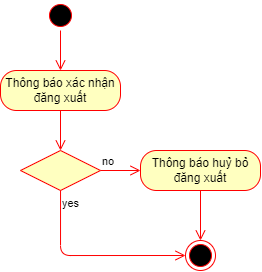
This is DA_II/drawio/activity/logout.png from toroieno/HUST, a draw.io export, as it was before one commit. Source tidied: cells renumbered, new cells last; positions are measured from the earlier drawing's top-left corner, leaving out a move shared by most shapes. The source it was exported from:
```xml
<mxGraphModel>
  <root>
    <mxCell id="0" />
    <mxCell id="1" parent="0" />
    <mxCell id="2" style="ellipse;html=1;shape=startState;fillColor=#000000;strokeColor=#ff0000;" parent="1" vertex="1">
      <mxGeometry x="45" width="30" height="30" as="geometry" />
    </mxCell>
    <mxCell id="3" style="edgeStyle=orthogonalEdgeStyle;html=1;verticalAlign=bottom;endArrow=open;endSize=8;strokeColor=#ff0000;entryX=0.5;entryY=0;entryDx=0;entryDy=0;" parent="1" edge="1" source="2" target="4">
      <mxGeometry relative="1" as="geometry" />
    </mxCell>
    <mxCell id="4" value="Thông báo xác nhận đăng xuất" style="rounded=1;whiteSpace=wrap;html=1;arcSize=40;fontColor=#000000;fillColor=#ffffc0;strokeColor=#ff0000;" parent="1" vertex="1">
      <mxGeometry y="70" width="120" height="40" as="geometry" />
    </mxCell>
    <mxCell id="5" style="edgeStyle=orthogonalEdgeStyle;html=1;verticalAlign=bottom;endArrow=open;endSize=8;strokeColor=#ff0000;entryX=0.5;entryY=0;entryDx=0;entryDy=0;" parent="1" edge="1" source="4" target="6">
      <mxGeometry relative="1" as="geometry" />
    </mxCell>
    <mxCell id="6" style="rhombus;whiteSpace=wrap;html=1;fillColor=#ffffc0;strokeColor=#ff0000;" parent="1" vertex="1">
      <mxGeometry x="20" y="150" width="80" height="40" as="geometry" />
    </mxCell>
    <mxCell id="7" value="no" style="edgeStyle=orthogonalEdgeStyle;html=1;align=left;verticalAlign=bottom;endArrow=open;endSize=8;strokeColor=#ff0000;entryX=0;entryY=0.5;entryDx=0;entryDy=0;" parent="1" edge="1" source="6" target="10">
      <mxGeometry x="-1" relative="1" as="geometry" />
    </mxCell>
    <mxCell id="8" value="yes" style="edgeStyle=orthogonalEdgeStyle;html=1;align=left;verticalAlign=top;endArrow=open;endSize=8;strokeColor=#ff0000;entryX=0;entryY=0.5;entryDx=0;entryDy=0;" parent="1" edge="1" source="6" target="9">
      <mxGeometry x="-1" relative="1" as="geometry">
        <Array as="points">
          <mxPoint x="60" y="255" />
        </Array>
      </mxGeometry>
    </mxCell>
    <mxCell id="9" style="ellipse;html=1;shape=endState;fillColor=#000000;strokeColor=#ff0000;" parent="1" vertex="1">
      <mxGeometry x="185" y="240" width="30" height="30" as="geometry" />
    </mxCell>
    <mxCell id="10" value="Thông báo huỷ bỏ đăng xuất" style="rounded=1;whiteSpace=wrap;html=1;arcSize=40;fontColor=#000000;fillColor=#ffffc0;strokeColor=#ff0000;" parent="1" vertex="1">
      <mxGeometry x="140" y="150" width="120" height="40" as="geometry" />
    </mxCell>
    <mxCell id="11" style="edgeStyle=orthogonalEdgeStyle;html=1;verticalAlign=bottom;endArrow=open;endSize=8;strokeColor=#ff0000;entryX=0.5;entryY=0;entryDx=0;entryDy=0;" parent="1" edge="1" source="10" target="9">
      <mxGeometry relative="1" as="geometry" />
    </mxCell>
  </root>
</mxGraphModel>
```
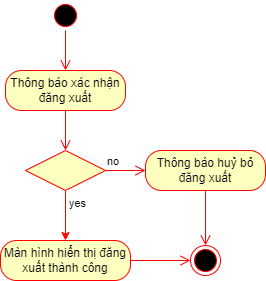
The same file after the commit.

The edit, as a diff of the source:
```diff
@@ -14,21 +14,22 @@
     <mxCell id="5" style="edgeStyle=orthogonalEdgeStyle;html=1;verticalAlign=bottom;endArrow=open;endSize=8;strokeColor=#ff0000;entryX=0.5;entryY=0;entryDx=0;entryDy=0;" parent="1" edge="1" source="4" target="6">
       <mxGeometry relative="1" as="geometry" />
     </mxCell>
+    <mxCell id="12" style="edgeStyle=none;html=1;exitX=0.5;exitY=1;exitDx=0;exitDy=0;fillColor=#e51400;strokeColor=#FF0000;" parent="1" edge="1" source="6" target="13">
+      <mxGeometry relative="1" as="geometry" />
+    </mxCell>
+    <mxCell id="8" value="yes" style="edgeLabel;html=1;align=center;verticalAlign=middle;" parent="12" vertex="1">
+      <mxGeometry x="-0.5" relative="1" as="geometry">
+        <mxPoint x="11" as="offset" />
+      </mxGeometry>
+    </mxCell>
     <mxCell id="6" style="rhombus;whiteSpace=wrap;html=1;fillColor=#ffffc0;strokeColor=#ff0000;" parent="1" vertex="1">
       <mxGeometry x="20" y="150" width="80" height="40" as="geometry" />
     </mxCell>
     <mxCell id="7" value="no" style="edgeStyle=orthogonalEdgeStyle;html=1;align=left;verticalAlign=bottom;endArrow=open;endSize=8;strokeColor=#ff0000;entryX=0;entryY=0.5;entryDx=0;entryDy=0;" parent="1" edge="1" source="6" target="10">
       <mxGeometry x="-1" relative="1" as="geometry" />
     </mxCell>
-    <mxCell id="8" value="yes" style="edgeStyle=orthogonalEdgeStyle;html=1;align=left;verticalAlign=top;endArrow=open;endSize=8;strokeColor=#ff0000;entryX=0;entryY=0.5;entryDx=0;entryDy=0;" parent="1" edge="1" source="6" target="9">
-      <mxGeometry x="-1" relative="1" as="geometry">
-        <Array as="points">
-          <mxPoint x="60" y="255" />
-        </Array>
-      </mxGeometry>
-    </mxCell>
     <mxCell id="9" style="ellipse;html=1;shape=endState;fillColor=#000000;strokeColor=#ff0000;" parent="1" vertex="1">
-      <mxGeometry x="185" y="240" width="30" height="30" as="geometry" />
+      <mxGeometry x="185" y="245" width="30" height="30" as="geometry" />
     </mxCell>
     <mxCell id="10" value="Thông báo huỷ bỏ đăng xuất" style="rounded=1;whiteSpace=wrap;html=1;arcSize=40;fontColor=#000000;fillColor=#ffffc0;strokeColor=#ff0000;" parent="1" vertex="1">
       <mxGeometry x="140" y="150" width="120" height="40" as="geometry" />
@@ -36,5 +37,11 @@
     <mxCell id="11" style="edgeStyle=orthogonalEdgeStyle;html=1;verticalAlign=bottom;endArrow=open;endSize=8;strokeColor=#ff0000;entryX=0.5;entryY=0;entryDx=0;entryDy=0;" parent="1" edge="1" source="10" target="9">
       <mxGeometry relative="1" as="geometry" />
     </mxCell>
+    <mxCell id="13" value="Màn hình hiển thị đăng xuất thành công" style="rounded=1;whiteSpace=wrap;html=1;arcSize=40;fontColor=#000000;fillColor=#ffffc0;strokeColor=#ff0000;" parent="1" vertex="1">
+      <mxGeometry x="-5" y="240" width="130" height="40" as="geometry" />
+    </mxCell>
+    <mxCell id="14" style="edgeStyle=orthogonalEdgeStyle;html=1;verticalAlign=bottom;endArrow=open;endSize=8;strokeColor=#ff0000;entryX=0;entryY=0.5;entryDx=0;entryDy=0;" parent="1" edge="1" source="13" target="9">
+      <mxGeometry relative="1" as="geometry" />
+    </mxCell>
   </root>
 </mxGraphModel>
```
